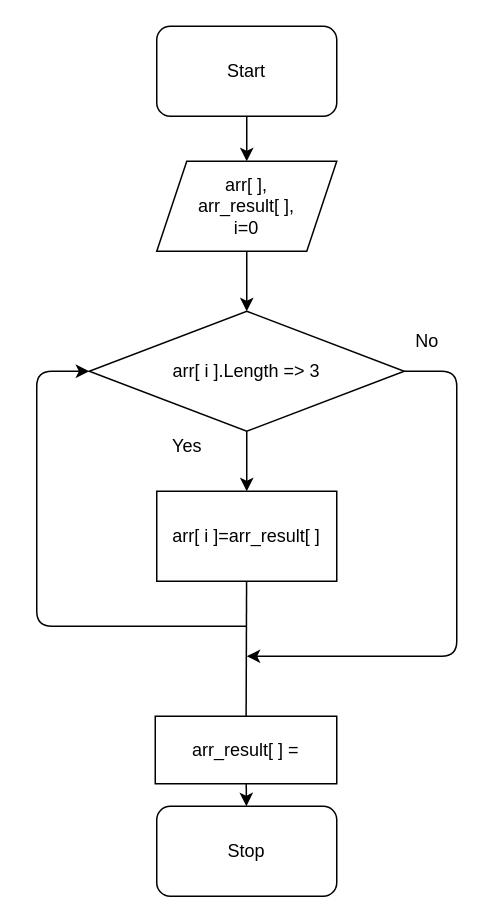
Above: Algorithm.drawio in EugeneCh84/123123 (draw.io), before the change. Source tidied: cells renumbered, new cells numbered last; positions are measured from the earlier drawing's top-left corner, leaving out a move shared by most shapes. Both pictures are drawn from the tidied source at 150%, with x=0, y=0 at pixel (36, 26).
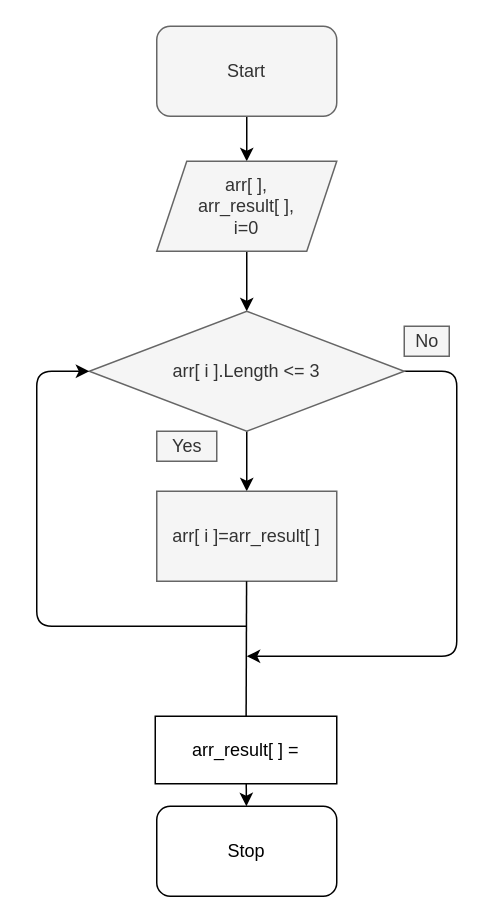
The same page after the edit.

Unchanged cells that the change refers to:
```xml
<mxCell id="12" value="Stop" style="rounded=1;whiteSpace=wrap;html=1;" parent="1" vertex="1">
  <mxGeometry x="80" y="520" width="120" height="60" as="geometry" />
</mxCell>
<mxCell id="15" value="arr_result[ ] =" style="rounded=0;whiteSpace=wrap;html=1;" parent="1" vertex="1">
  <mxGeometry x="79" y="460" width="121" height="45" as="geometry" />
</mxCell>
```

What changed in the source:
```diff
@@
-<mxGraphModel>
+<mxGraphModel background="#ffffff">
@@
-    <mxCell id="2" style="edgeStyle=none;html=1;" parent="1" edge="1" source="3" target="5">
+    <mxCell id="2" style="edgeStyle=none;html=1;strokeColor=#000000;" parent="1" edge="1" source="3" target="5">
       <mxGeometry relative="1" as="geometry" />
     </mxCell>
-    <mxCell id="3" value="Start" style="rounded=1;whiteSpace=wrap;html=1;" parent="1" vertex="1">
+    <mxCell id="3" value="Start" style="rounded=1;whiteSpace=wrap;html=1;fillColor=#f5f5f5;fontColor=#333333;strokeColor=#666666;" parent="1" vertex="1">
       <mxGeometry x="80" width="120" height="60" as="geometry" />
     </mxCell>
-    <mxCell id="4" style="edgeStyle=none;html=1;" parent="1" edge="1" source="5" target="8">
+    <mxCell id="4" style="edgeStyle=none;html=1;strokeColor=#000000;" parent="1" edge="1" source="5" target="8">
       <mxGeometry relative="1" as="geometry" />
     </mxCell>
-    <mxCell id="5" value="arr[ ],&lt;br&gt;arr_result[ ],&lt;br&gt;i=0" style="shape=parallelogram;perimeter=parallelogramPerimeter;whiteSpace=wrap;html=1;fixedSize=1;" parent="1" vertex="1">
+    <mxCell id="5" value="arr[ ],&lt;br&gt;arr_result[ ],&lt;br&gt;i=0" style="shape=parallelogram;perimeter=parallelogramPerimeter;whiteSpace=wrap;html=1;fixedSize=1;fillColor=#f5f5f5;fontColor=#333333;strokeColor=#666666;" parent="1" vertex="1">
       <mxGeometry x="80" y="90" width="120" height="60" as="geometry" />
     </mxCell>
-    <mxCell id="6" style="edgeStyle=none;html=1;" parent="1" edge="1" source="8" target="10">
+    <mxCell id="6" style="edgeStyle=none;html=1;strokeColor=#000000;" parent="1" edge="1" source="8" target="10">
       <mxGeometry relative="1" as="geometry" />
     </mxCell>
-    <mxCell id="7" style="edgeStyle=none;html=1;" parent="1" edge="1" source="8">
+    <mxCell id="7" style="edgeStyle=none;html=1;strokeColor=#000000;" parent="1" edge="1" source="8">
       <mxGeometry relative="1" as="geometry">
         <mxPoint x="140" y="420" as="targetPoint" />
         <Array as="points">
           <mxPoint x="280" y="230" />
           <mxPoint x="280" y="420" />
         </Array>
       </mxGeometry>
     </mxCell>
-    <mxCell id="8" value="arr[ i ].Length =&amp;gt; 3" style="rhombus;whiteSpace=wrap;html=1;" parent="1" vertex="1">
+    <mxCell id="8" value="arr[ i ].Length &amp;lt;= 3" style="rhombus;whiteSpace=wrap;html=1;fillColor=#f5f5f5;fontColor=#333333;strokeColor=#666666;" parent="1" vertex="1">
       <mxGeometry x="35" y="190" width="210" height="80" as="geometry" />
     </mxCell>
-    <mxCell id="9" style="edgeStyle=none;html=1;startArrow=none;" parent="1" edge="1" source="15" target="12">
+    <mxCell id="9" style="edgeStyle=none;html=1;startArrow=none;strokeColor=#000000;" parent="1" edge="1" source="15" target="12">
       <mxGeometry relative="1" as="geometry" />
     </mxCell>
-    <mxCell id="10" value="arr[ i ]=arr_result[ ]" style="rounded=0;whiteSpace=wrap;html=1;" parent="1" vertex="1">
+    <mxCell id="10" value="arr[ i ]=arr_result[ ]" style="rounded=0;whiteSpace=wrap;html=1;fillColor=#f5f5f5;fontColor=#333333;strokeColor=#666666;" parent="1" vertex="1">
       <mxGeometry x="80" y="310" width="120" height="60" as="geometry" />
     </mxCell>
-    <mxCell id="11" value="Yes" style="text;html=1;align=center;verticalAlign=middle;strokeColor=none;fillColor=none;" parent="1" vertex="1">
+    <mxCell id="11" value="Yes" style="text;html=1;align=center;verticalAlign=middle;fillColor=#f5f5f5;fontColor=#333333;strokeColor=#666666;" parent="1" vertex="1">
       <mxGeometry x="80" y="270" width="40" height="20" as="geometry" />
     </mxCell>
@@
-    <mxCell id="13" style="endArrow=classic;html=1;entryX=0;entryY=0.5;entryDx=0;entryDy=0;" parent="1" edge="1" target="8">
+    <mxCell id="13" style="endArrow=classic;html=1;entryX=0;entryY=0.5;entryDx=0;entryDy=0;strokeColor=#000000;" parent="1" edge="1" target="8">
       <mxGeometry relative="1" as="geometry">
         <mxPoint x="140" y="400" as="sourcePoint" />
         <Array as="points">
           <mxPoint y="400" />
           <mxPoint y="230" />
         </Array>
       </mxGeometry>
     </mxCell>
-    <mxCell id="14" value="No" style="text;html=1;align=center;verticalAlign=middle;strokeColor=none;fillColor=none;" parent="1" vertex="1">
+    <mxCell id="14" value="No" style="text;html=1;align=center;verticalAlign=middle;fillColor=#f5f5f5;fontColor=#333333;strokeColor=#666666;" parent="1" vertex="1">
       <mxGeometry x="245" y="200" width="30" height="20" as="geometry" />
     </mxCell>
@@
-    <mxCell id="16" style="edgeStyle=none;html=1;endArrow=none;" parent="1" edge="1" source="10" target="15">
+    <mxCell id="16" style="edgeStyle=none;html=1;endArrow=none;strokeColor=#000000;" parent="1" edge="1" source="10" target="15">
       <mxGeometry relative="1" as="geometry" />
     </mxCell>
```
